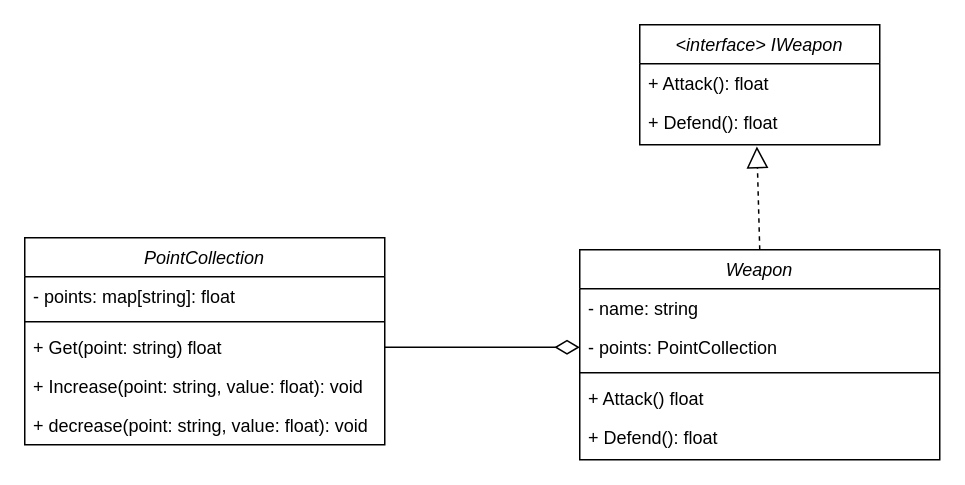
This is docs/classes-diagram.drawio from spanishGab/unind-game, a draw.io file, before an edit. Source tidied: cells renumbered, new cells numbered last; positions are measured from the earlier drawing's top-left corner, leaving out a move shared by most shapes. Both pictures are drawn from the tidied source at 150%, with x=0, y=0 at pixel (24, 24).
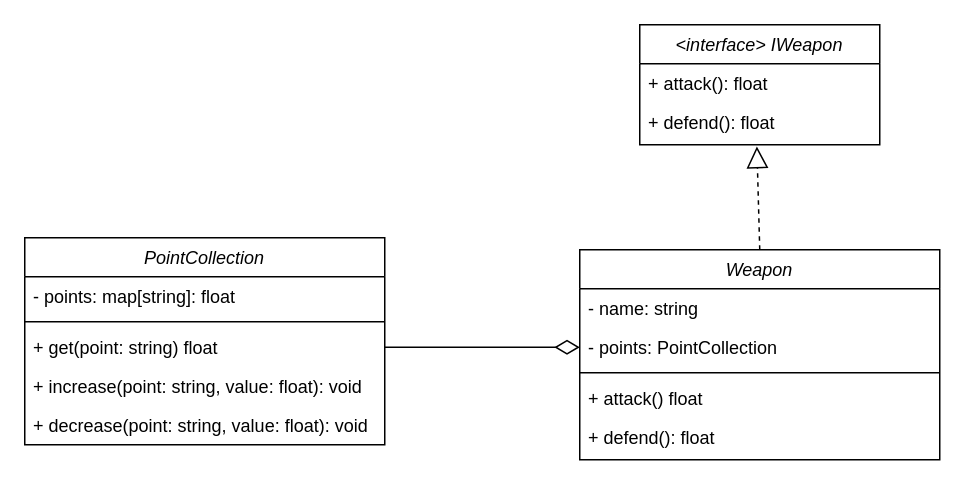
Above is the later version.

Commit message:
renaming methods

Diff of the diagram source:
```diff
@@
 <mxGraphModel>
   <root>
     <mxCell id="0" />
     <mxCell id="1" parent="0" />
     <mxCell id="2" value="&lt;interface&gt; IWeapon" style="swimlane;fontStyle=2;align=center;verticalAlign=top;horizontal=1;startSize=26;rounded=0;shadow=0;strokeWidth=1;" parent="1" vertex="1">
       <mxGeometry x="410" width="160" height="80" as="geometry" />
     </mxCell>
-    <mxCell id="3" value="+ Attack(): float" style="text;align=left;verticalAlign=top;spacingLeft=4;spacingRight=4;overflow=hidden;" parent="2" vertex="1">
+    <mxCell id="3" value="+ attack(): float" style="text;align=left;verticalAlign=top;spacingLeft=4;spacingRight=4;overflow=hidden;" parent="2" vertex="1">
       <mxGeometry y="26" width="160" height="26" as="geometry" />
     </mxCell>
-    <mxCell id="4" value="+ Defend(): float" style="text;align=left;verticalAlign=top;spacingLeft=4;spacingRight=4;overflow=hidden;points=[[0,0.5],[1,0.5]];portConstraint=eastwest;" parent="2" vertex="1">
+    <mxCell id="4" value="+ defend(): float" style="text;align=left;verticalAlign=top;spacingLeft=4;spacingRight=4;overflow=hidden;points=[[0,0.5],[1,0.5]];portConstraint=eastwest;" parent="2" vertex="1">
       <mxGeometry y="52" width="160" height="26" as="geometry" />
     </mxCell>
     <mxCell id="5" value="PointCollection" style="swimlane;fontStyle=2;align=center;verticalAlign=top;horizontal=1;startSize=26;rounded=0;shadow=0;strokeWidth=1;" parent="1" vertex="1">
       <mxGeometry y="142" width="240" height="138" as="geometry" />
     </mxCell>
     <mxCell id="6" value="- points: map[string]: float" style="text;align=left;verticalAlign=top;spacingLeft=4;spacingRight=4;overflow=hidden;" parent="5" vertex="1">
       <mxGeometry y="26" width="240" height="26" as="geometry" />
     </mxCell>
     <mxCell id="7" style="line;html=1;strokeWidth=1;align=left;verticalAlign=middle;spacingTop=-1;spacingLeft=3;spacingRight=3;labelPosition=right;" parent="5" vertex="1">
       <mxGeometry y="52" width="240" height="8" as="geometry" />
     </mxCell>
-    <mxCell id="8" value="+ Get(point: string) float" style="text;align=left;verticalAlign=top;spacingLeft=4;spacingRight=4;overflow=hidden;points=[[0,0.5],[1,0.5]];portConstraint=eastwest;" parent="5" vertex="1">
+    <mxCell id="8" value="+ get(point: string) float" style="text;align=left;verticalAlign=top;spacingLeft=4;spacingRight=4;overflow=hidden;points=[[0,0.5],[1,0.5]];portConstraint=eastwest;" parent="5" vertex="1">
       <mxGeometry y="60" width="240" height="26" as="geometry" />
     </mxCell>
-    <mxCell id="9" value="+ Increase(point: string, value: float): void" style="text;align=left;verticalAlign=top;spacingLeft=4;spacingRight=4;overflow=hidden;" parent="5" vertex="1">
+    <mxCell id="9" value="+ increase(point: string, value: float): void" style="text;align=left;verticalAlign=top;spacingLeft=4;spacingRight=4;overflow=hidden;" parent="5" vertex="1">
       <mxGeometry y="86" width="240" height="26" as="geometry" />
     </mxCell>
     <mxCell id="10" value="+ decrease(point: string, value: float): void" style="text;align=left;verticalAlign=top;spacingLeft=4;spacingRight=4;overflow=hidden;" parent="5" vertex="1">
       <mxGeometry y="112" width="240" height="26" as="geometry" />
     </mxCell>
     <mxCell id="11" value="Weapon" style="swimlane;fontStyle=2;align=center;verticalAlign=top;horizontal=1;startSize=26;rounded=0;shadow=0;strokeWidth=1;" parent="1" vertex="1">
       <mxGeometry x="370" y="150" width="240" height="140" as="geometry" />
     </mxCell>
     <mxCell id="12" value="- name: string" style="text;align=left;verticalAlign=top;spacingLeft=4;spacingRight=4;overflow=hidden;" parent="11" vertex="1">
       <mxGeometry y="26" width="240" height="26" as="geometry" />
     </mxCell>
     <mxCell id="13" value="- points: PointCollection" style="text;align=left;verticalAlign=top;spacingLeft=4;spacingRight=4;overflow=hidden;points=[[0,0.5],[1,0.5]];portConstraint=eastwest;" parent="11" vertex="1">
       <mxGeometry y="52" width="240" height="26" as="geometry" />
     </mxCell>
     <mxCell id="14" style="line;html=1;strokeWidth=1;align=left;verticalAlign=middle;spacingTop=-1;spacingLeft=3;spacingRight=3;labelPosition=right;" parent="11" vertex="1">
       <mxGeometry y="78" width="240" height="8" as="geometry" />
     </mxCell>
-    <mxCell id="15" value="+ Attack() float" style="text;align=left;verticalAlign=top;spacingLeft=4;spacingRight=4;overflow=hidden;" parent="11" vertex="1">
+    <mxCell id="15" value="+ attack() float" style="text;align=left;verticalAlign=top;spacingLeft=4;spacingRight=4;overflow=hidden;" parent="11" vertex="1">
       <mxGeometry y="86" width="240" height="26" as="geometry" />
     </mxCell>
-    <mxCell id="16" value="+ Defend(): float" style="text;align=left;verticalAlign=top;spacingLeft=4;spacingRight=4;overflow=hidden;" parent="11" vertex="1">
+    <mxCell id="16" value="+ defend(): float" style="text;align=left;verticalAlign=top;spacingLeft=4;spacingRight=4;overflow=hidden;" parent="11" vertex="1">
       <mxGeometry y="112" width="240" height="26" as="geometry" />
     </mxCell>
     <mxCell id="17" style="endArrow=block;dashed=1;endFill=0;endSize=12;html=1;rounded=0;entryX=0.488;entryY=1.122;entryDx=0;entryDy=0;entryPerimeter=0;exitX=0.5;exitY=0;exitDx=0;exitDy=0;" parent="1" edge="1" source="11" target="4">
       <mxGeometry relative="1" as="geometry" />
     </mxCell>
     <mxCell id="18" style="endArrow=none;html=1;endSize=12;startArrow=diamondThin;startSize=14;startFill=0;edgeStyle=orthogonalEdgeStyle;rounded=0;entryX=1;entryY=0.5;entryDx=0;entryDy=0;exitX=0;exitY=0.5;exitDx=0;exitDy=0;endFill=0;" parent="1" edge="1" source="13" target="8">
       <mxGeometry relative="1" as="geometry" />
     </mxCell>
   </root>
 </mxGraphModel>
```
